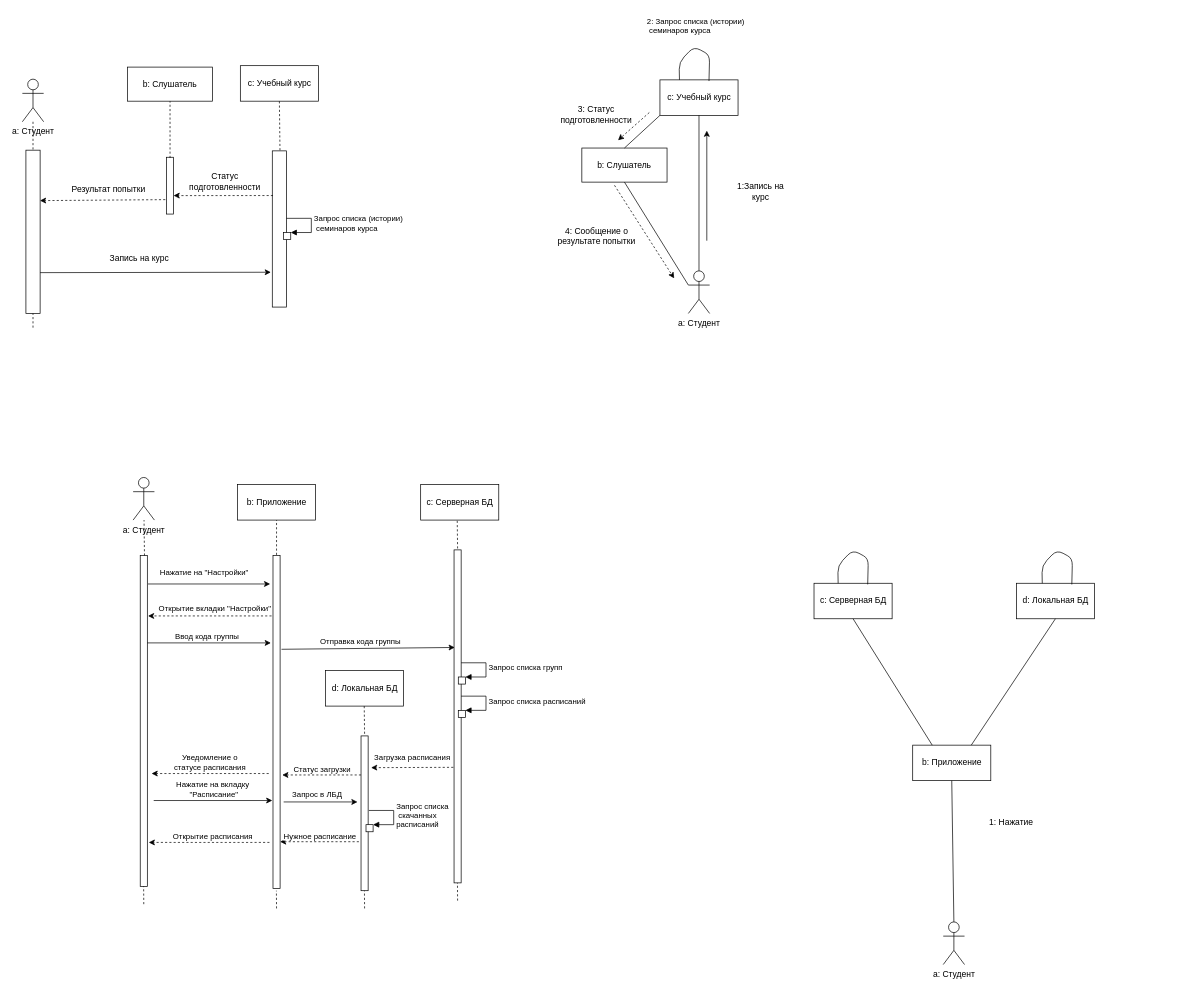
Before: 4 практическая АКМ.drawio in Merfarion/Diagrams-and-schemes, a draw.io diagram. Source tidied: cells renumbered, new cells numbered last; positions are measured from the earlier drawing's top-left corner, leaving out a move shared by most shapes. Both pictures are drawn from the tidied source at 71%, with x=0, y=0 at pixel (22, 12).
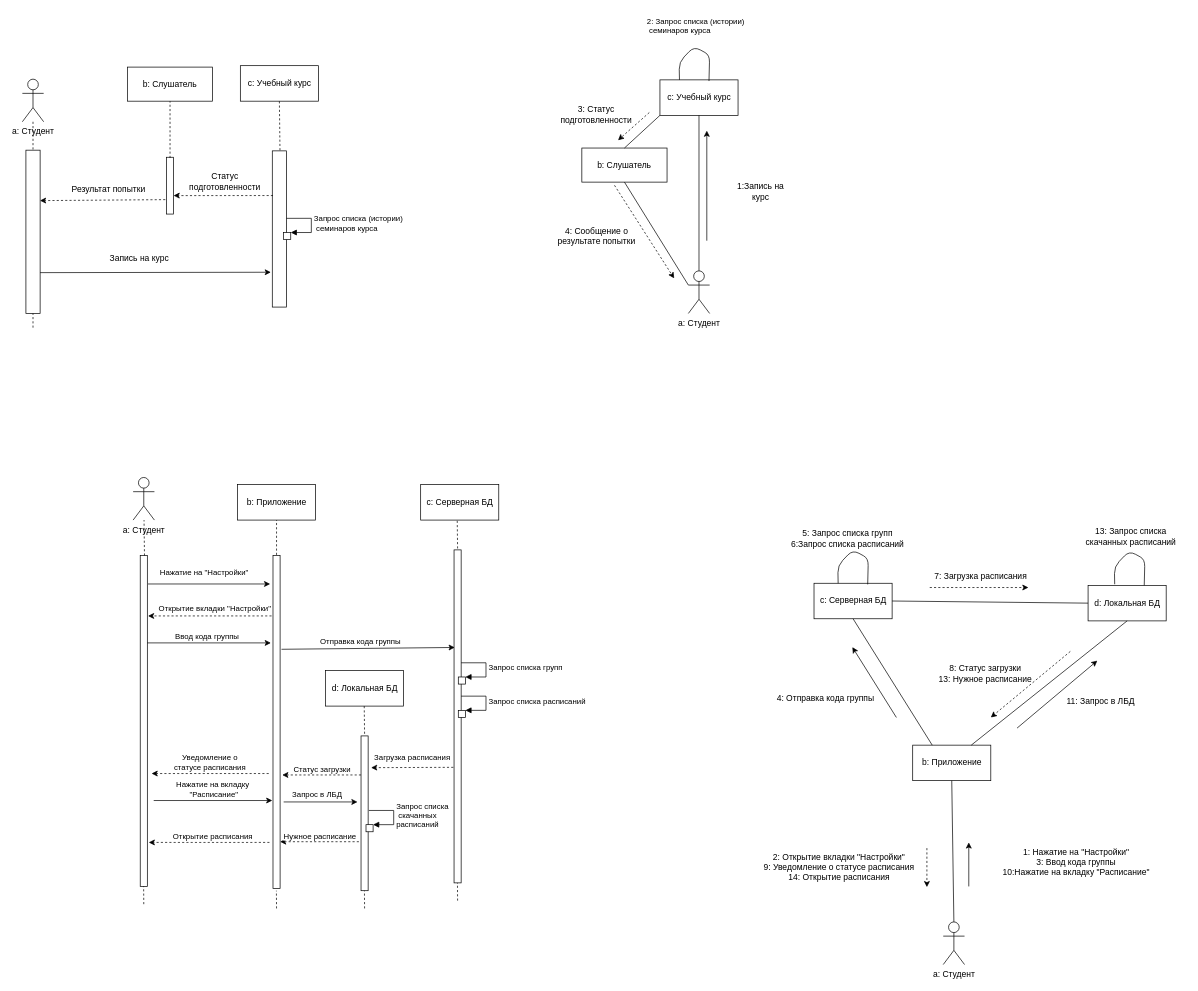
The same page after the edit.

The change refers to these unchanged cells:
```xml
<mxCell id="77" value="c: Серверная БД" style="html=1;" parent="1" vertex="1">
  <mxGeometry x="1115" y="804" width="110" height="50" as="geometry" />
</mxCell>
```

Diff of the diagram source:
```diff
@@
     <mxCell id="76" value="d: Локальная БД" style="html=1;" parent="1" vertex="1">
-      <mxGeometry x="1400" y="804" width="110" height="50" as="geometry" />
+      <mxGeometry x="1501" y="807" width="110" height="50" as="geometry" />
     </mxCell>
@@
     <mxCell id="86" style="endArrow=none;html=1;strokeWidth=1;exitX=0.25;exitY=0;exitDx=0;exitDy=0;entryX=0.628;entryY=0.033;entryDx=0;entryDy=0;entryPerimeter=0;" parent="1" edge="1">
       <mxGeometry relative="1" as="geometry">
-        <mxPoint x="1436.5" y="804" as="sourcePoint" />
-        <mxPoint x="1478.1" y="805.7" as="targetPoint" />
+        <mxPoint x="1538.5" y="805.4" as="sourcePoint" />
+        <mxPoint x="1580.1" y="807" as="targetPoint" />
         <Array as="points">
-          <mxPoint x="1436" y="779" />
-          <mxPoint x="1457" y="757" />
-          <mxPoint x="1479" y="769" />
+          <mxPoint x="1538" y="780.4" />
+          <mxPoint x="1559" y="758.4" />
+          <mxPoint x="1581" y="770.4" />
         </Array>
       </mxGeometry>
     </mxCell>
-    <mxCell id="87" value="1: Нажатие" style="text;html=1;strokeColor=none;fillColor=none;align=center;verticalAlign=middle;whiteSpace=wrap;rounded=0;" parent="1" vertex="1">
-      <mxGeometry x="1337" y="1131" width="112" height="20" as="geometry" />
+    <mxCell id="87" value="1: Нажатие на &quot;Настройки&quot;&lt;br&gt;3: Ввод кода группы&lt;br&gt;10:Нажатие на вкладку &quot;Расписание&quot;&lt;br&gt;&amp;nbsp;" style="text;html=1;strokeColor=none;fillColor=none;align=center;verticalAlign=middle;whiteSpace=wrap;rounded=0;" parent="1" vertex="1">
+      <mxGeometry x="1358" y="1177" width="253" height="54" as="geometry" />
     </mxCell>
+    <mxCell id="88" style="endArrow=classic;html=1;" parent="1" edge="1">
+      <mxGeometry relative="1" as="geometry">
+        <mxPoint x="1333" y="1231" as="sourcePoint" />
+        <mxPoint x="1333" y="1169" as="targetPoint" />
+      </mxGeometry>
+    </mxCell>
+    <mxCell id="89" style="endArrow=classic;html=1;dashed=1;" parent="1" edge="1">
+      <mxGeometry relative="1" as="geometry">
+        <mxPoint x="1274" y="1177" as="sourcePoint" />
+        <mxPoint x="1274" y="1232" as="targetPoint" />
+      </mxGeometry>
+    </mxCell>
+    <mxCell id="90" value="2: Открытие вкладки &quot;Настройки&quot;&lt;br&gt;9: Уведомление о статусе расписания&lt;br&gt;14: Открытие расписания" style="text;html=1;strokeColor=none;fillColor=none;align=center;verticalAlign=middle;whiteSpace=wrap;rounded=0;" parent="1" vertex="1">
+      <mxGeometry x="1028" y="1194" width="245" height="20" as="geometry" />
+    </mxCell>
+    <mxCell id="91" style="endArrow=classic;html=1;" parent="1" edge="1">
+      <mxGeometry relative="1" as="geometry">
+        <mxPoint x="1231" y="993" as="sourcePoint" />
+        <mxPoint x="1169" y="894" as="targetPoint" />
+      </mxGeometry>
+    </mxCell>
+    <mxCell id="92" value="4: Отправка кода группы" style="text;html=1;strokeColor=none;fillColor=none;align=center;verticalAlign=middle;whiteSpace=wrap;rounded=0;" parent="1" vertex="1">
+      <mxGeometry x="1052" y="957" width="159" height="20" as="geometry" />
+    </mxCell>
+    <mxCell id="93" value="5: Запрос списка групп&lt;br&gt;6:Запрос списка расписаний" style="text;html=1;strokeColor=none;fillColor=none;align=center;verticalAlign=middle;whiteSpace=wrap;rounded=0;" parent="1" vertex="1">
+      <mxGeometry x="1071" y="731" width="183" height="20" as="geometry" />
+    </mxCell>
+    <mxCell id="94" style="endArrow=classic;html=1;dashed=1;" parent="1" edge="1">
+      <mxGeometry relative="1" as="geometry">
+        <mxPoint x="1278" y="810" as="sourcePoint" />
+        <mxPoint x="1417" y="810" as="targetPoint" />
+      </mxGeometry>
+    </mxCell>
+    <mxCell id="95" value="7: Загрузка расписания" style="text;html=1;strokeColor=none;fillColor=none;align=center;verticalAlign=middle;whiteSpace=wrap;rounded=0;" parent="1" vertex="1">
+      <mxGeometry x="1258" y="784" width="184" height="20" as="geometry" />
+    </mxCell>
+    <mxCell id="96" style="endArrow=none;html=1;entryX=0;entryY=0.5;entryDx=0;entryDy=0;exitX=1;exitY=0.5;exitDx=0;exitDy=0;" parent="1" edge="1" source="77" target="76">
+      <mxGeometry relative="1" as="geometry" />
+    </mxCell>
+    <mxCell id="97" style="endArrow=classic;html=1;dashed=1;" parent="1" edge="1">
+      <mxGeometry relative="1" as="geometry">
+        <mxPoint x="1476" y="900" as="sourcePoint" />
+        <mxPoint x="1364" y="993" as="targetPoint" />
+      </mxGeometry>
+    </mxCell>
+    <mxCell id="98" value="8: Статус загрузки&lt;br&gt;13: Нужное расписание" style="text;html=1;strokeColor=none;fillColor=none;align=center;verticalAlign=middle;whiteSpace=wrap;rounded=0;" parent="1" vertex="1">
+      <mxGeometry x="1273" y="921" width="167" height="20" as="geometry" />
+    </mxCell>
+    <mxCell id="99" style="endArrow=classic;html=1;" parent="1" edge="1">
+      <mxGeometry relative="1" as="geometry">
+        <mxPoint x="1401" y="1008" as="sourcePoint" />
+        <mxPoint x="1514" y="913" as="targetPoint" />
+      </mxGeometry>
+    </mxCell>
+    <mxCell id="100" value="11: Запрос в ЛБД" style="text;html=1;strokeColor=none;fillColor=none;align=center;verticalAlign=middle;whiteSpace=wrap;rounded=0;" parent="1" vertex="1">
+      <mxGeometry x="1461" y="961" width="116" height="20" as="geometry" />
+    </mxCell>
+    <mxCell id="101" value="13: Запрос списка скачанных расписаний" style="text;html=1;strokeColor=none;fillColor=none;align=center;verticalAlign=middle;whiteSpace=wrap;rounded=0;" parent="1" vertex="1">
+      <mxGeometry x="1485" y="728" width="153" height="20" as="geometry" />
+    </mxCell>
```
